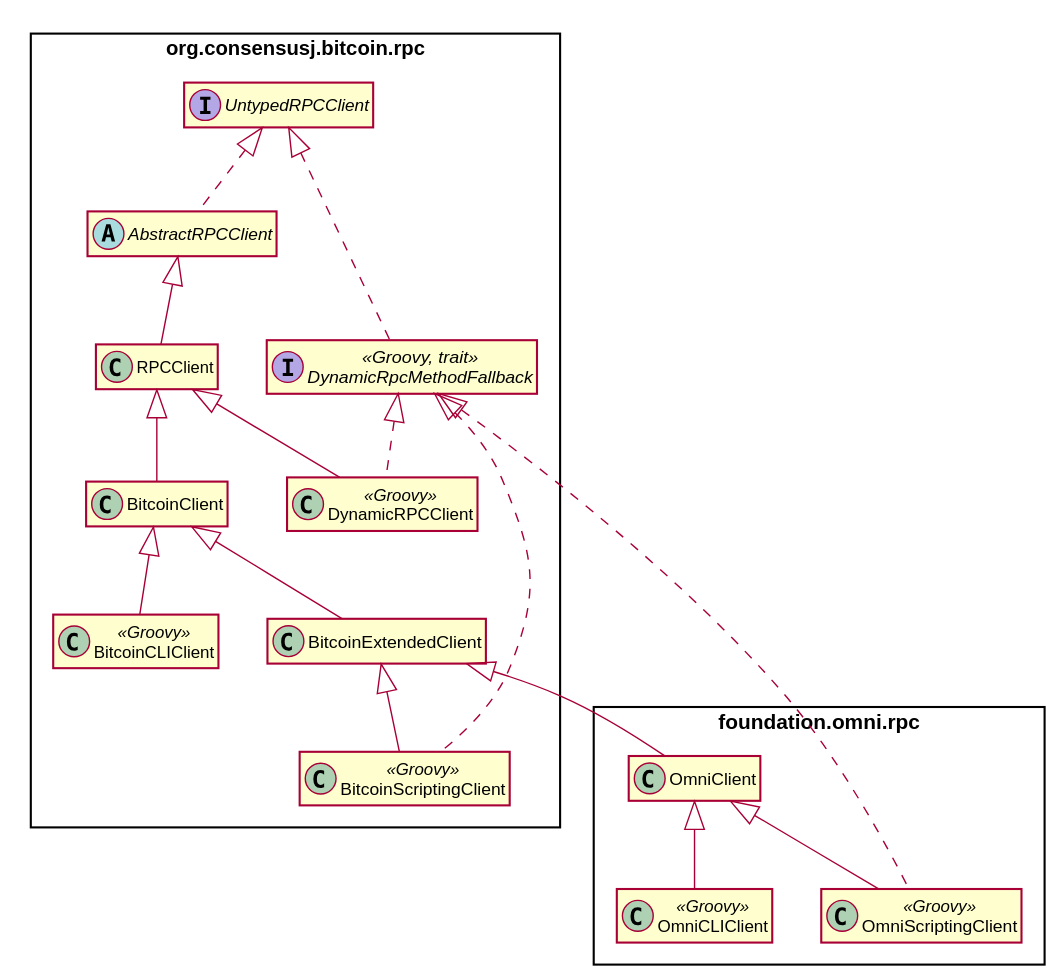
Earlier version of the PlantUML export images/diagram-classes.svg (OmniLayer/OmniJ).
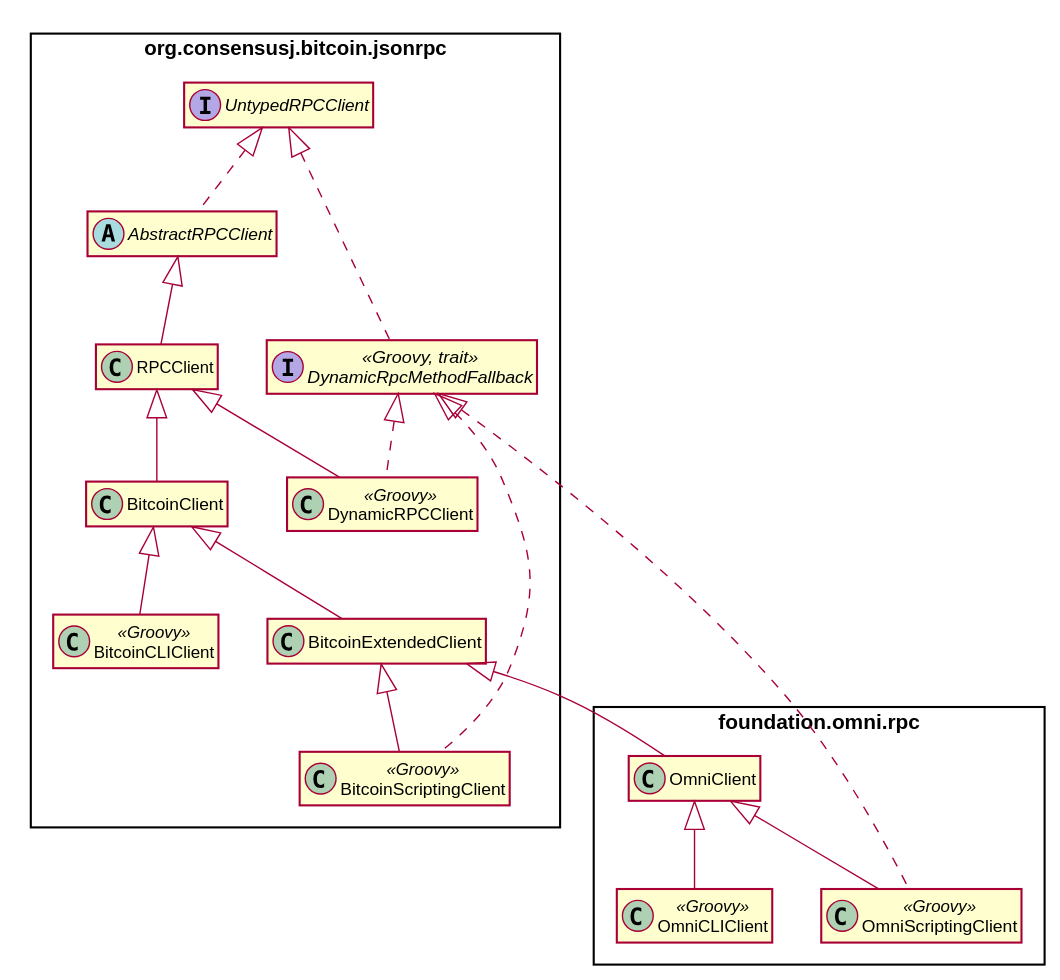
After the change.

What changed in the source:
```diff
@@ -3,7 +3,7 @@
 skinparam shadowing false
 hide empty members
 
-namespace org.consensusj.bitcoin.rpc {
+namespace org.consensusj.bitcoin.jsonrpc {
     interface UntypedRPCClient
     abstract class AbstractRPCClient
 
@@ -37,9 +37,9 @@
     class OmniCLIClient << Groovy >>
 
 
-    org.consensusj.bitcoin.rpc.BitcoinExtendedClient <|-- OmniClient
+    org.consensusj.bitcoin.jsonrpc.BitcoinExtendedClient <|-- OmniClient
     OmniClient <|-- OmniScriptingClient
-    org.consensusj.bitcoin.rpc.DynamicRpcMethodFallback <|.. OmniScriptingClient
+    org.consensusj.bitcoin.jsonrpc.DynamicRpcMethodFallback <|.. OmniScriptingClient
     OmniClient <|-- OmniCLIClient
 }
 
```
